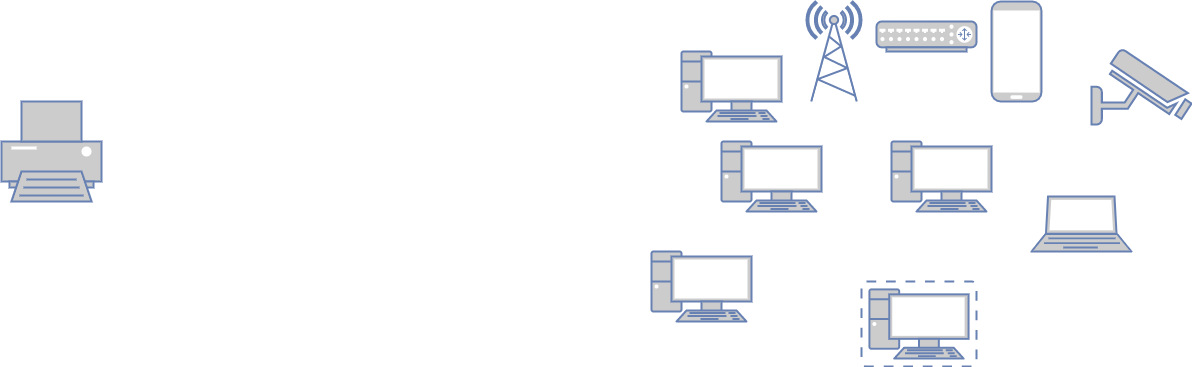
Before: 2022-01-30 Introduction To Web Development/internet.png, a diagram exported from draw.io (TomerErel/jbc-2022-01-30-fullstack). Source tidied: cells renumbered, new cells last; positions are measured from the earlier drawing's top-left corner, leaving out a move shared by most shapes.
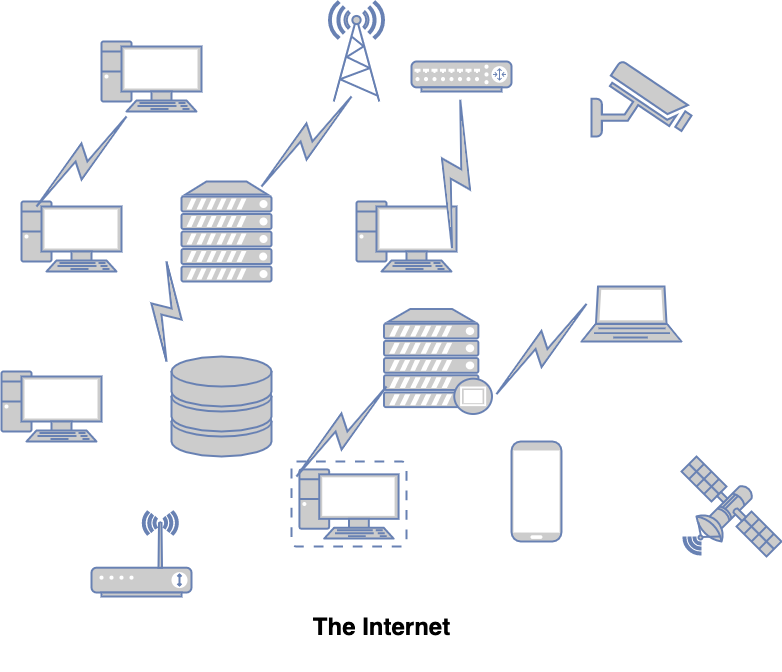
The same file after the commit.

Change to the diagram source:
```diff
@@ -1,39 +1,98 @@
-<mxGraphModel>
+<mxGraphModel background="#FFFFFF">
   <root>
     <mxCell id="0" />
     <mxCell id="1" parent="0" />
     <mxCell id="2" style="fontColor=#0066CC;verticalAlign=top;verticalLabelPosition=bottom;labelPosition=center;align=center;html=1;fillColor=#CCCCCC;strokeColor=#6881B3;gradientColor=none;gradientDirection=north;strokeWidth=2;shape=mxgraph.networks.pc;" parent="1" vertex="1">
-      <mxGeometry x="890" y="140" width="100" height="70" as="geometry" />
+      <mxGeometry x="925" y="180" width="100" height="70" as="geometry" />
     </mxCell>
     <mxCell id="3" style="fontColor=#0066CC;verticalAlign=top;verticalLabelPosition=bottom;labelPosition=center;align=center;html=1;fillColor=#CCCCCC;strokeColor=#6881B3;gradientColor=none;gradientDirection=north;strokeWidth=2;shape=mxgraph.networks.pc;" parent="1" vertex="1">
-      <mxGeometry x="680" y="50" width="100" height="70" as="geometry" />
+      <mxGeometry x="670" y="20" width="100" height="70" as="geometry" />
     </mxCell>
     <mxCell id="4" style="fontColor=#0066CC;verticalAlign=top;verticalLabelPosition=bottom;labelPosition=center;align=center;html=1;fillColor=#CCCCCC;strokeColor=#6881B3;gradientColor=none;gradientDirection=north;strokeWidth=2;shape=mxgraph.networks.pc;" parent="1" vertex="1">
-      <mxGeometry x="650" y="250" width="100" height="70" as="geometry" />
+      <mxGeometry x="570" y="350" width="100" height="70" as="geometry" />
     </mxCell>
     <mxCell id="5" style="fontColor=#0066CC;verticalAlign=top;verticalLabelPosition=bottom;labelPosition=center;align=center;html=1;fillColor=#CCCCCC;strokeColor=#6881B3;gradientColor=none;gradientDirection=north;strokeWidth=2;shape=mxgraph.networks.pc;" parent="1" vertex="1">
-      <mxGeometry x="720" y="140" width="100" height="70" as="geometry" />
+      <mxGeometry x="590" y="180" width="100" height="70" as="geometry" />
     </mxCell>
     <mxCell id="6" style="fontColor=#0066CC;verticalAlign=top;verticalLabelPosition=bottom;labelPosition=center;align=center;html=1;fillColor=#CCCCCC;strokeColor=#6881B3;gradientColor=none;gradientDirection=north;strokeWidth=2;shape=mxgraph.networks.virtual_pc;" parent="1" vertex="1">
-      <mxGeometry x="860" y="280" width="115" height="85" as="geometry" />
+      <mxGeometry x="860" y="440" width="115" height="85" as="geometry" />
     </mxCell>
     <mxCell id="7" style="fontColor=#0066CC;verticalAlign=top;verticalLabelPosition=bottom;labelPosition=center;align=center;html=1;fillColor=#CCCCCC;strokeColor=#6881B3;gradientColor=none;gradientDirection=north;strokeWidth=2;shape=mxgraph.networks.radio_tower;" parent="1" vertex="1">
-      <mxGeometry x="805" width="55" height="100" as="geometry" />
+      <mxGeometry x="897.5" y="-20" width="55" height="100" as="geometry" />
     </mxCell>
     <mxCell id="8" style="fontColor=#0066CC;verticalAlign=top;verticalLabelPosition=bottom;labelPosition=center;align=center;html=1;fillColor=#CCCCCC;strokeColor=#6881B3;gradientColor=none;gradientDirection=north;strokeWidth=2;shape=mxgraph.networks.mobile;" parent="1" vertex="1">
-      <mxGeometry x="990" width="50" height="100" as="geometry" />
+      <mxGeometry x="1080" y="420" width="50" height="100" as="geometry" />
     </mxCell>
     <mxCell id="9" style="fontColor=#0066CC;verticalAlign=top;verticalLabelPosition=bottom;labelPosition=center;align=center;html=1;fillColor=#CCCCCC;strokeColor=#6881B3;gradientColor=none;gradientDirection=north;strokeWidth=2;shape=mxgraph.networks.laptop;" parent="1" vertex="1">
-      <mxGeometry x="1030" y="195" width="100" height="55" as="geometry" />
+      <mxGeometry x="1150" y="265" width="100" height="55" as="geometry" />
     </mxCell>
+    <mxCell id="11" style="fontColor=#0066CC;verticalAlign=top;verticalLabelPosition=bottom;labelPosition=center;align=center;html=1;fillColor=#CCCCCC;strokeColor=#6881B3;gradientColor=none;gradientDirection=north;strokeWidth=2;shape=mxgraph.networks.security_camera;" parent="1" vertex="1">
+      <mxGeometry x="1160" y="40" width="100" height="75" as="geometry" />
+    </mxCell>
+    <mxCell id="13" style="fontColor=#0066CC;verticalAlign=top;verticalLabelPosition=bottom;labelPosition=center;align=center;html=1;fillColor=#CCCCCC;strokeColor=#6881B3;gradientColor=none;gradientDirection=north;strokeWidth=2;shape=mxgraph.networks.server;" parent="1" vertex="1">
+      <mxGeometry x="750" y="160" width="90" height="100" as="geometry" />
+    </mxCell>
+    <mxCell id="14" style="fontColor=#0066CC;verticalAlign=top;verticalLabelPosition=bottom;labelPosition=center;align=center;html=1;fillColor=#CCCCCC;strokeColor=#6881B3;gradientColor=none;gradientDirection=north;strokeWidth=2;shape=mxgraph.networks.storage;" parent="1" vertex="1">
+      <mxGeometry x="740" y="335" width="100" height="100" as="geometry" />
+    </mxCell>
+    <mxCell id="15" style="fontColor=#0066CC;verticalAlign=top;verticalLabelPosition=bottom;labelPosition=center;align=center;html=1;fillColor=#CCCCCC;strokeColor=#6881B3;gradientColor=none;gradientDirection=north;strokeWidth=2;shape=mxgraph.networks.proxy_server;" parent="1" vertex="1">
+      <mxGeometry x="952.5" y="287.5" width="108" height="105" as="geometry" />
+    </mxCell>
+    <mxCell id="16" style="html=1;outlineConnect=0;fillColor=#CCCCCC;strokeColor=#6881B3;gradientColor=none;gradientDirection=north;strokeWidth=2;shape=mxgraph.networks.comm_link_edge;html=1;" parent="1" edge="1">
+      <mxGeometry relative="1" as="geometry">
+        <mxPoint x="825" y="170" as="sourcePoint" />
+        <mxPoint x="925" y="70" as="targetPoint" />
+        <Array as="points">
+          <mxPoint x="815" />
+        </Array>
+      </mxGeometry>
+    </mxCell>
+    <mxCell id="17" style="html=1;outlineConnect=0;fillColor=#CCCCCC;strokeColor=#6881B3;gradientColor=none;gradientDirection=north;strokeWidth=2;shape=mxgraph.networks.comm_link_edge;html=1;" parent="1" edge="1">
+      <mxGeometry relative="1" as="geometry">
+        <mxPoint x="600" y="190" as="sourcePoint" />
+        <mxPoint x="700" y="90" as="targetPoint" />
+        <Array as="points">
+          <mxPoint x="590" y="20" />
+        </Array>
+      </mxGeometry>
+    </mxCell>
+    <mxCell id="18" style="html=1;outlineConnect=0;fillColor=#CCCCCC;strokeColor=#6881B3;gradientColor=none;gradientDirection=north;strokeWidth=2;shape=mxgraph.networks.comm_link_edge;html=1;" parent="1" edge="1">
+      <mxGeometry relative="1" as="geometry">
+        <mxPoint x="860" y="460" as="sourcePoint" />
+        <mxPoint x="960" y="360" as="targetPoint" />
+        <Array as="points">
+          <mxPoint x="850" y="290" />
+        </Array>
+      </mxGeometry>
+    </mxCell>
+    <mxCell id="19" style="html=1;outlineConnect=0;fillColor=#CCCCCC;strokeColor=#6881B3;gradientColor=none;gradientDirection=north;strokeWidth=2;shape=mxgraph.networks.comm_link_edge;html=1;" parent="1" edge="1">
+      <mxGeometry relative="1" as="geometry">
+        <mxPoint x="1060" y="377.5" as="sourcePoint" />
+        <mxPoint x="1160" y="277.5" as="targetPoint" />
+        <Array as="points">
+          <mxPoint x="1050" y="207.5" />
+        </Array>
+      </mxGeometry>
+    </mxCell>
     <mxCell id="10" style="fontColor=#0066CC;verticalAlign=top;verticalLabelPosition=bottom;labelPosition=center;align=center;html=1;outlineConnect=0;fillColor=#CCCCCC;strokeColor=#6881B3;gradientColor=none;gradientDirection=north;strokeWidth=2;shape=mxgraph.networks.router;" parent="1" vertex="1">
-      <mxGeometry x="875" y="20" width="100" height="30" as="geometry" />
+      <mxGeometry x="980" y="40" width="100" height="30" as="geometry" />
     </mxCell>
-    <mxCell id="11" style="fontColor=#0066CC;verticalAlign=top;verticalLabelPosition=bottom;labelPosition=center;align=center;html=1;fillColor=#CCCCCC;strokeColor=#6881B3;gradientColor=none;gradientDirection=north;strokeWidth=2;shape=mxgraph.networks.security_camera;" parent="1" vertex="1">
-      <mxGeometry x="1090" y="48" width="100" height="75" as="geometry" />
-    </mxCell>
-    <mxCell id="12" style="fontColor=#0066CC;verticalAlign=top;verticalLabelPosition=bottom;labelPosition=center;align=center;html=1;fillColor=#CCCCCC;strokeColor=#6881B3;gradientColor=none;gradientDirection=north;strokeWidth=2;shape=mxgraph.networks.printer;" parent="1" vertex="1">
-      <mxGeometry y="100" width="100" height="100" as="geometry" />
-    </mxCell>
+    <mxCell id="20" style="html=1;outlineConnect=0;fillColor=#CCCCCC;strokeColor=#6881B3;gradientColor=none;gradientDirection=north;strokeWidth=2;shape=mxgraph.networks.comm_link_edge;html=1;endArrow=none;" parent="1" edge="1" target="10">
+      <mxGeometry relative="1" as="geometry">
+        <mxPoint x="1020" y="235" as="sourcePoint" />
+      </mxGeometry>
+    </mxCell>
+    <mxCell id="21" style="fontColor=#0066CC;verticalAlign=top;verticalLabelPosition=bottom;labelPosition=center;align=center;html=1;fillColor=#CCCCCC;strokeColor=#6881B3;gradientColor=none;gradientDirection=north;strokeWidth=2;shape=mxgraph.networks.comm_link;" parent="1" vertex="1">
+      <mxGeometry x="720" y="240" width="30" height="100" as="geometry" />
+    </mxCell>
+    <mxCell id="22" style="fontColor=#0066CC;verticalAlign=top;verticalLabelPosition=bottom;labelPosition=center;align=center;html=1;fillColor=#CCCCCC;strokeColor=#6881B3;gradientColor=none;gradientDirection=north;strokeWidth=2;shape=mxgraph.networks.satellite;" parent="1" vertex="1">
+      <mxGeometry x="1250" y="435" width="100" height="100" as="geometry" />
+    </mxCell>
+    <mxCell id="23" style="fontColor=#0066CC;verticalAlign=top;verticalLabelPosition=bottom;labelPosition=center;align=center;html=1;fillColor=#CCCCCC;strokeColor=#6881B3;gradientColor=none;gradientDirection=north;strokeWidth=2;shape=mxgraph.networks.wireless_modem;" parent="1" vertex="1">
+      <mxGeometry x="660" y="490" width="100" height="85" as="geometry" />
+    </mxCell>
+    <mxCell id="24" value="The Internet" style="text;html=1;fontSize=24;fontStyle=1;verticalAlign=middle;align=center;fillColor=none;strokeColor=none;fontColor=#000000;" parent="1" vertex="1">
+      <mxGeometry x="820" y="560" width="260" height="90" as="geometry" />
+    </mxCell>
   </root>
 </mxGraphModel>
```
